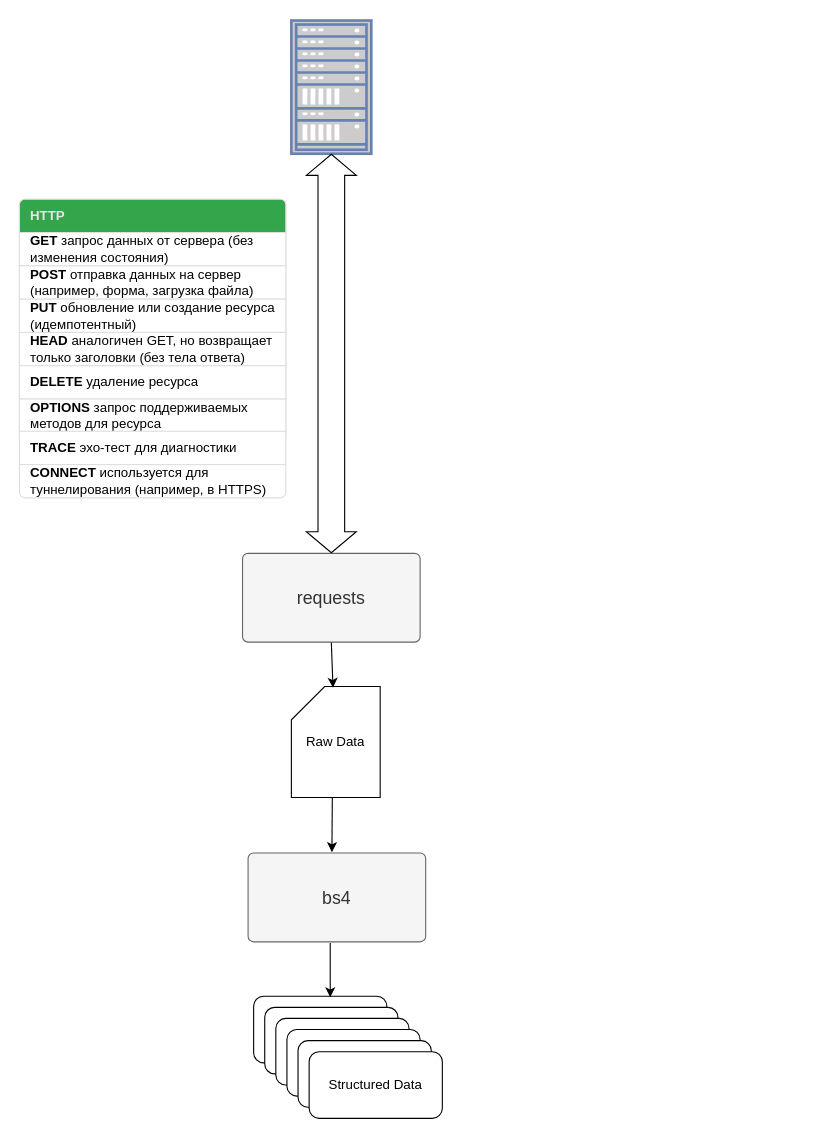
hypo69/selenium_examples keeps this draw.io diagram as page "requests" (2 of 2) of assets/draw.io/selnium-requests-bs.drawio. Above is the earlier version. Source tidied: cells renumbered, new cells numbered last; positions are measured from the earlier drawing's top-left corner, leaving out a move shared by most shapes. Both pictures are drawn from the tidied source at 111%, with x=0, y=0 at pixel (19, 20).
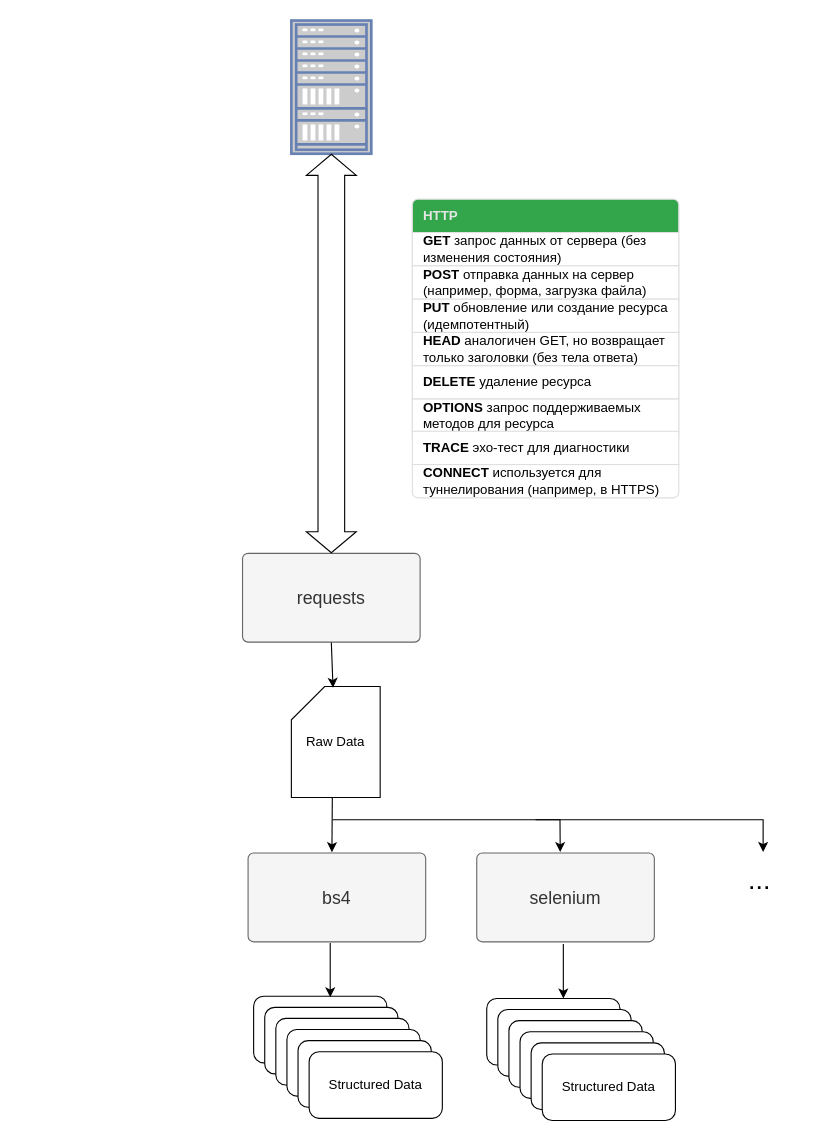
The same page after the edit.

The edit, as a diff of the source:
```diff
@@
     <mxCell id="5" style="html=1;shadow=0;dashed=0;shape=mxgraph.bootstrap.rrect;rSize=5;strokeColor=#DFDFDF;html=1;whiteSpace=wrap;fillColor=#FFFFFF;fontColor=#000000;" parent="1" vertex="1">
-      <mxGeometry y="161" width="240" height="220" as="geometry" />
+      <mxGeometry x="354" y="161" width="240" height="220" as="geometry" />
     </mxCell>
@@
+    <mxCell id="27" value="selenium" style="html=1;shadow=0;dashed=0;shape=mxgraph.bootstrap.rrect;rSize=5;strokeColor=#666666;strokeWidth=1;fillColor=#f5f5f5;fontColor=#333333;whiteSpace=wrap;align=center;verticalAlign=middle;spacingLeft=0;fontStyle=0;fontSize=16;spacing=5;" parent="1" vertex="1">
+      <mxGeometry x="412" y="750" width="160" height="80" as="geometry" />
+    </mxCell>
+    <mxCell id="28" style="group;" parent="1" vertex="1">
+      <mxGeometry x="421" y="881" width="170" height="110" as="geometry" />
+    </mxCell>
+    <mxCell id="29" style="rounded=1;whiteSpace=wrap;html=1;" parent="28" vertex="1">
+      <mxGeometry width="120" height="60" as="geometry" />
+    </mxCell>
+    <mxCell id="30" style="rounded=1;whiteSpace=wrap;html=1;" parent="28" vertex="1">
+      <mxGeometry x="10" y="10" width="120" height="60" as="geometry" />
+    </mxCell>
+    <mxCell id="31" style="rounded=1;whiteSpace=wrap;html=1;" parent="28" vertex="1">
+      <mxGeometry x="20" y="20" width="120" height="60" as="geometry" />
+    </mxCell>
+    <mxCell id="32" style="rounded=1;whiteSpace=wrap;html=1;" parent="28" vertex="1">
+      <mxGeometry x="30" y="30" width="120" height="60" as="geometry" />
+    </mxCell>
+    <mxCell id="33" style="rounded=1;whiteSpace=wrap;html=1;" parent="28" vertex="1">
+      <mxGeometry x="40" y="40" width="120" height="60" as="geometry" />
+    </mxCell>
+    <mxCell id="34" value="Structured Data" style="rounded=1;whiteSpace=wrap;html=1;" parent="28" vertex="1">
+      <mxGeometry x="50" y="50" width="120" height="60" as="geometry" />
+    </mxCell>
+    <mxCell id="35" style="endArrow=classic;html=1;rounded=0;entryX=0.47;entryY=-0.011;entryDx=0;entryDy=0;entryPerimeter=0;" parent="1" edge="1" target="27">
+      <mxGeometry relative="1" as="geometry">
+        <mxPoint x="282" y="720" as="sourcePoint" />
+        <Array as="points">
+          <mxPoint x="487" y="720" />
+        </Array>
+      </mxGeometry>
+    </mxCell>
+    <mxCell id="36" style="endArrow=classic;html=1;rounded=0;entryX=0.472;entryY=-0.01;entryDx=0;entryDy=0;entryPerimeter=0;exitX=0.461;exitY=1;exitDx=0;exitDy=0;exitPerimeter=0;" parent="1" edge="1">
+      <mxGeometry relative="1" as="geometry">
+        <mxPoint x="490" y="832" as="sourcePoint" />
+        <mxPoint x="490" y="881" as="targetPoint" />
+      </mxGeometry>
+    </mxCell>
+    <mxCell id="37" style="endArrow=classic;html=1;rounded=0;entryX=0.47;entryY=-0.011;entryDx=0;entryDy=0;entryPerimeter=0;" parent="1" edge="1">
+      <mxGeometry relative="1" as="geometry">
+        <mxPoint x="465" y="720" as="sourcePoint" />
+        <mxPoint x="670" y="749" as="targetPoint" />
+        <Array as="points">
+          <mxPoint x="670" y="720" />
+        </Array>
+      </mxGeometry>
+    </mxCell>
+    <mxCell id="38" value="&lt;font style=&quot;font-size: 24px;&quot;&gt;...&lt;/font&gt;" style="text;html=1;strokeColor=none;fillColor=none;align=center;verticalAlign=middle;whiteSpace=wrap;rounded=0;" parent="1" vertex="1">
+      <mxGeometry x="637" y="760" width="60" height="30" as="geometry" />
+    </mxCell>
```
